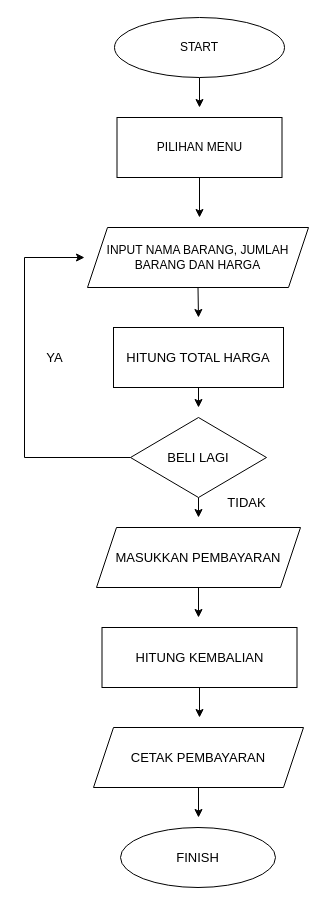
Earlier version of the draw.io diagram Flowchart.drawio (Khusnulkhatimah27/cobacoba). Source tidied: cells renumbered, new cells numbered last; positions are measured from the earlier drawing's top-left corner, leaving out a move shared by most shapes. Both pictures are drawn from the tidied source at 100%, with x=0, y=0 at pixel (-16, 17).
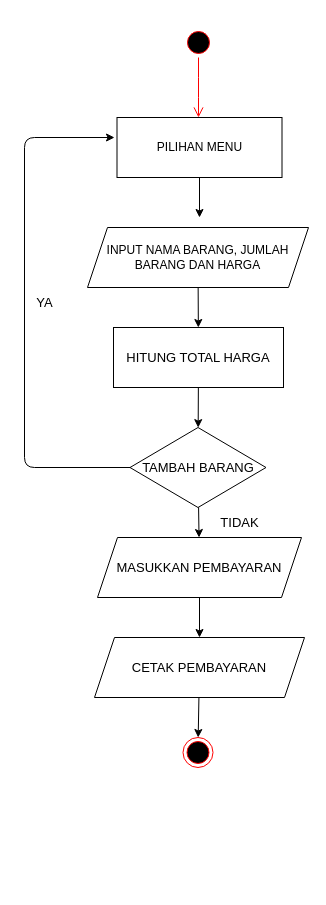
Above is the later version.

Commit message:
telah menyelesaikan Pseudocode.txt

Unchanged cells that the change refers to:
```xml
<mxCell id="7" value="INPUT NAMA BARANG, JUMLAH BARANG DAN HARGA" style="shape=parallelogram;perimeter=parallelogramPerimeter;whiteSpace=wrap;html=1;fixedSize=1;" parent="1" vertex="1">
  <mxGeometry x="103" y="210" width="221" height="60" as="geometry" />
</mxCell>
<mxCell id="9" value="HITUNG TOTAL HARGA" style="rounded=0;whiteSpace=wrap;html=1;fontSize=13;" parent="1" vertex="1">
  <mxGeometry x="129" y="310" width="170" height="60" as="geometry" />
</mxCell>
```

The edit, as a diff of the source:
```diff
@@
-    <mxCell id="2" style="edgeStyle=orthogonalEdgeStyle;rounded=0;jettySize=auto;html=1;exitX=0.5;exitY=1;exitDx=0;exitDy=0;fontSize=13;" parent="1" edge="1" source="3">
-      <mxGeometry relative="1" as="geometry">
-        <mxPoint x="215" y="90" as="targetPoint" />
-      </mxGeometry>
-    </mxCell>
-    <mxCell id="3" value="START" style="ellipse;whiteSpace=wrap;html=1;" parent="1" vertex="1">
-      <mxGeometry x="130" width="170" height="60" as="geometry" />
-    </mxCell>
@@
-    <mxCell id="6" style="edgeStyle=orthogonalEdgeStyle;rounded=0;jettySize=auto;html=1;exitX=0.5;exitY=1;exitDx=0;exitDy=0;fontSize=13;" parent="1" edge="1" source="7">
-      <mxGeometry relative="1" as="geometry">
-        <mxPoint x="214" y="300" as="targetPoint" />
-      </mxGeometry>
-    </mxCell>
+    <mxCell id="22" style="edgeStyle=none;html=1;" parent="1" edge="1" source="7" target="9">
+      <mxGeometry relative="1" as="geometry" />
+    </mxCell>
@@
-    <mxCell id="8" style="edgeStyle=orthogonalEdgeStyle;rounded=0;jettySize=auto;html=1;exitX=0.5;exitY=1;exitDx=0;exitDy=0;fontSize=13;" parent="1" edge="1" source="9">
-      <mxGeometry relative="1" as="geometry">
-        <mxPoint x="214" y="390" as="targetPoint" />
-      </mxGeometry>
-    </mxCell>
+    <mxCell id="23" style="edgeStyle=none;html=1;" parent="1" edge="1" source="9" target="11">
+      <mxGeometry relative="1" as="geometry" />
+    </mxCell>
@@
-    <mxCell id="10" style="edgeStyle=orthogonalEdgeStyle;rounded=0;jettySize=auto;html=1;exitX=0.5;exitY=1;exitDx=0;exitDy=0;fontSize=13;" parent="1" edge="1" source="11">
-      <mxGeometry relative="1" as="geometry">
-        <mxPoint x="214" y="500" as="targetPoint" />
-      </mxGeometry>
-    </mxCell>
+    <mxCell id="24" style="edgeStyle=none;html=1;" parent="1" edge="1" source="11" target="13">
+      <mxGeometry relative="1" as="geometry" />
+    </mxCell>
+    <mxCell id="25" style="edgeStyle=none;html=1;exitX=0;exitY=0.5;exitDx=0;exitDy=0;" parent="1" edge="1" source="11">
+      <mxGeometry relative="1" as="geometry">
+        <mxPoint x="130" y="120" as="targetPoint" />
+        <Array as="points">
+          <mxPoint x="40" y="450" />
+          <mxPoint x="40" y="120" />
+        </Array>
+      </mxGeometry>
+    </mxCell>
-    <mxCell id="11" value="BELI LAGI" style="rhombus;whiteSpace=wrap;html=1;fontSize=13;" parent="1" vertex="1">
-      <mxGeometry x="146" y="400" width="136" height="80" as="geometry" />
+    <mxCell id="11" value="TAMBAH BARANG" style="rhombus;whiteSpace=wrap;html=1;fontSize=13;" parent="1" vertex="1">
+      <mxGeometry x="145.5" y="410" width="136" height="80" as="geometry" />
     </mxCell>
-    <mxCell id="12" style="edgeStyle=orthogonalEdgeStyle;rounded=0;jettySize=auto;html=1;exitX=0.5;exitY=1;exitDx=0;exitDy=0;fontSize=13;" parent="1" edge="1" source="13">
-      <mxGeometry relative="1" as="geometry">
-        <mxPoint x="214" y="600" as="targetPoint" />
-      </mxGeometry>
-    </mxCell>
+    <mxCell id="26" style="edgeStyle=none;html=1;" parent="1" edge="1" source="13" target="17">
+      <mxGeometry relative="1" as="geometry" />
+    </mxCell>
     <mxCell id="13" value="MASUKKAN PEMBAYARAN" style="shape=parallelogram;perimeter=parallelogramPerimeter;whiteSpace=wrap;html=1;fixedSize=1;fontSize=13;" parent="1" vertex="1">
-      <mxGeometry x="112" y="510" width="204" height="60" as="geometry" />
+      <mxGeometry x="113" y="520" width="204" height="60" as="geometry" />
     </mxCell>
-    <mxCell id="14" style="edgeStyle=orthogonalEdgeStyle;rounded=0;jettySize=auto;html=1;exitX=0.5;exitY=1;exitDx=0;exitDy=0;fontSize=13;" parent="1" edge="1" source="15">
-      <mxGeometry relative="1" as="geometry">
-        <mxPoint x="215" y="700" as="targetPoint" />
-      </mxGeometry>
-    </mxCell>
-    <mxCell id="15" value="HITUNG KEMBALIAN" style="rounded=0;whiteSpace=wrap;html=1;fontSize=13;" parent="1" vertex="1">
-      <mxGeometry x="117.5" y="610" width="195" height="60" as="geometry" />
-    </mxCell>
-    <mxCell id="16" style="edgeStyle=orthogonalEdgeStyle;rounded=0;jettySize=auto;html=1;exitX=0.5;exitY=1;exitDx=0;exitDy=0;fontSize=13;" parent="1" edge="1" source="17">
-      <mxGeometry relative="1" as="geometry">
-        <mxPoint x="214" y="800" as="targetPoint" />
-      </mxGeometry>
-    </mxCell>
+    <mxCell id="27" style="edgeStyle=none;html=1;" parent="1" edge="1" source="17" target="28">
+      <mxGeometry relative="1" as="geometry" />
+    </mxCell>
     <mxCell id="17" value="CETAK PEMBAYARAN" style="shape=parallelogram;perimeter=parallelogramPerimeter;whiteSpace=wrap;html=1;fixedSize=1;fontSize=13;" parent="1" vertex="1">
-      <mxGeometry x="109" y="710" width="210" height="60" as="geometry" />
+      <mxGeometry x="110" y="620" width="210" height="60" as="geometry" />
     </mxCell>
-    <mxCell id="18" value="FINISH" style="ellipse;whiteSpace=wrap;html=1;fontSize=13;" parent="1" vertex="1">
-      <mxGeometry x="136" y="810" width="155" height="60" as="geometry" />
-    </mxCell>
-    <mxCell id="19" style="edgeStyle=elbowEdgeStyle;elbow=horizontal;endArrow=classic;html=1;rounded=0;fontSize=13;exitX=0;exitY=0.5;exitDx=0;exitDy=0;" parent="1" edge="1" source="11">
-      <mxGeometry relative="1" as="geometry">
-        <mxPoint x="100" y="240" as="targetPoint" />
-        <Array as="points">
-          <mxPoint x="40" y="370" />
-          <mxPoint y="360" />
-        </Array>
-      </mxGeometry>
-    </mxCell>
     <mxCell id="20" value="YA" style="text;html=1;align=center;verticalAlign=middle;fillColor=none;strokeColor=none;rounded=0;fontSize=13;" parent="1" vertex="1">
-      <mxGeometry x="50" y="325" width="40" height="30" as="geometry" />
+      <mxGeometry x="40" y="270" width="40" height="30" as="geometry" />
     </mxCell>
     <mxCell id="21" value="TIDAK" style="text;html=1;align=center;verticalAlign=middle;fillColor=none;strokeColor=none;rounded=0;fontSize=13;" parent="1" vertex="1">
-      <mxGeometry x="232" y="470" width="60" height="30" as="geometry" />
+      <mxGeometry x="225" y="490" width="60" height="30" as="geometry" />
     </mxCell>
+    <mxCell id="28" style="ellipse;html=1;shape=endState;fillColor=#000000;strokeColor=#ff0000;" parent="1" vertex="1">
+      <mxGeometry x="198.5" y="720" width="30" height="30" as="geometry" />
+    </mxCell>
+    <mxCell id="29" style="ellipse;html=1;shape=startState;fillColor=#000000;strokeColor=#ff0000;" parent="1" vertex="1">
+      <mxGeometry x="199" y="10" width="30" height="30" as="geometry" />
+    </mxCell>
+    <mxCell id="30" style="edgeStyle=orthogonalEdgeStyle;html=1;verticalAlign=bottom;endArrow=open;endSize=8;strokeColor=#ff0000;" parent="1" edge="1" source="29">
+      <mxGeometry relative="1" as="geometry">
+        <mxPoint x="214" y="100" as="targetPoint" />
+      </mxGeometry>
+    </mxCell>
```
